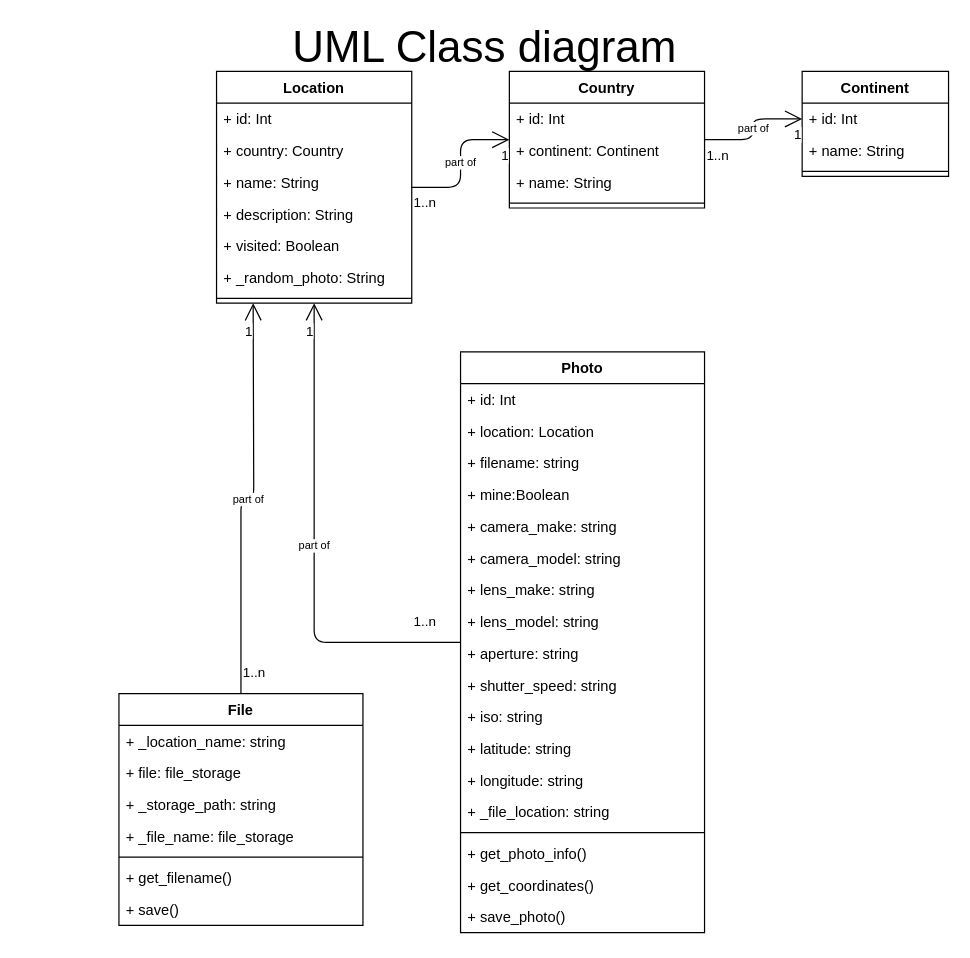
Earlier version of the draw.io diagram page "UML Class diagram" (1 of 7) of Design/Design.drawio (Michalju/PhotoApp). Source tidied: cells renumbered, new cells numbered last; positions are measured from the earlier drawing's top-left corner, leaving out a move shared by most shapes. Both pictures are drawn from the tidied source at 122%, with x=0, y=0 at pixel (21, 22).
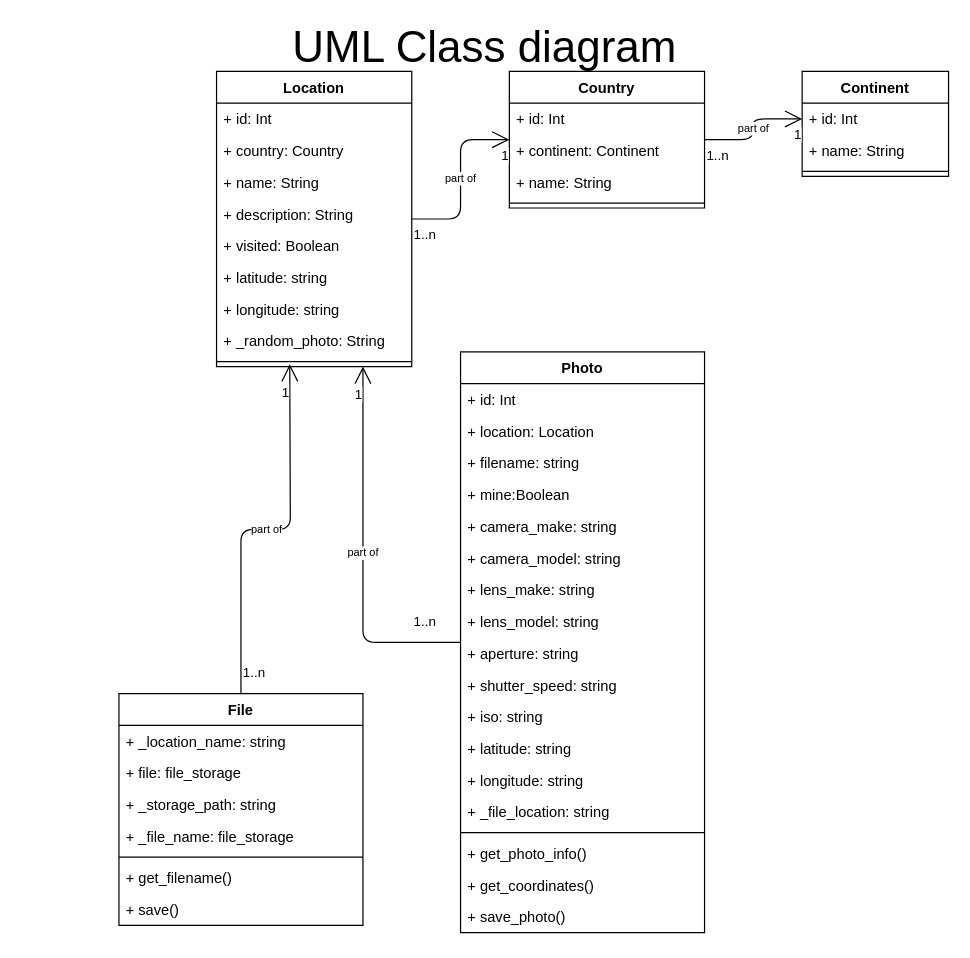
After the change.

Unchanged cells that the change refers to:
```xml
<mxCell id="26" value="Photo" style="swimlane;fontStyle=1;align=center;verticalAlign=top;horizontal=1;startSize=26;" parent="1" vertex="1">
  <mxGeometry x="360" y="270" width="200" height="476" as="geometry" />
</mxCell>
<mxCell id="48" value="File" style="swimlane;fontStyle=1;align=center;verticalAlign=top;horizontal=1;startSize=26;" parent="1" vertex="1">
  <mxGeometry x="80" y="550" width="200" height="190" as="geometry" />
</mxCell>
```

What changed in the source:
```diff
@@
     <mxCell id="7" value="Location" style="swimlane;fontStyle=1;align=center;verticalAlign=top;horizontal=1;startSize=26;" parent="1" vertex="1">
-      <mxGeometry x="160" y="40" width="160" height="190" as="geometry" />
+      <mxGeometry x="160" y="40" width="160" height="242" as="geometry" />
     </mxCell>
@@
+    <mxCell id="59" value="+ latitude: string" style="text;strokeColor=none;fillColor=none;align=left;verticalAlign=top;spacingLeft=4;spacingRight=4;overflow=hidden;" parent="7" vertex="1">
+      <mxGeometry y="156" width="160" height="26" as="geometry" />
+    </mxCell>
+    <mxCell id="60" value="+ longitude: string" style="text;strokeColor=none;fillColor=none;align=left;verticalAlign=top;spacingLeft=4;spacingRight=4;overflow=hidden;" parent="7" vertex="1">
+      <mxGeometry y="182" width="160" height="26" as="geometry" />
+    </mxCell>
     <mxCell id="13" value="+ _random_photo: String" style="text;strokeColor=none;fillColor=none;align=left;verticalAlign=top;spacingLeft=4;spacingRight=4;overflow=hidden;" parent="7" vertex="1">
-      <mxGeometry y="156" width="160" height="26" as="geometry" />
+      <mxGeometry y="208" width="160" height="26" as="geometry" />
     </mxCell>
     <mxCell id="14" style="line;strokeWidth=1;fillColor=none;align=left;verticalAlign=middle;spacingTop=-1;spacingLeft=3;spacingRight=3;labelPosition=right;" parent="7" vertex="1">
-      <mxGeometry y="182" width="160" height="8" as="geometry" />
+      <mxGeometry y="234" width="160" height="8" as="geometry" />
     </mxCell>
@@
-    <mxCell id="45" value="part of" style="endArrow=open;html=1;endSize=12;startArrow=none;startSize=14;startFill=0;edgeStyle=orthogonalEdgeStyle;fontSize=9;" parent="1" edge="1" source="26" target="7">
+    <mxCell id="45" value="part of" style="endArrow=open;html=1;endSize=12;startArrow=none;startSize=14;startFill=0;edgeStyle=orthogonalEdgeStyle;fontSize=9;entryX=0.75;entryY=1;entryDx=0;entryDy=0;" parent="1" edge="1" source="26" target="7">
       <mxGeometry relative="1" as="geometry" />
     </mxCell>
@@
     <mxCell id="56" value="part of" style="endArrow=open;html=1;endSize=12;startArrow=none;startSize=14;startFill=0;edgeStyle=orthogonalEdgeStyle;fontSize=9;exitX=0.5;exitY=0;exitDx=0;exitDy=0;" parent="1" edge="1" source="48">
       <mxGeometry relative="1" as="geometry">
-        <mxPoint x="190" y="230" as="targetPoint" />
+        <mxPoint x="220" y="280" as="targetPoint" />
       </mxGeometry>
     </mxCell>
```
